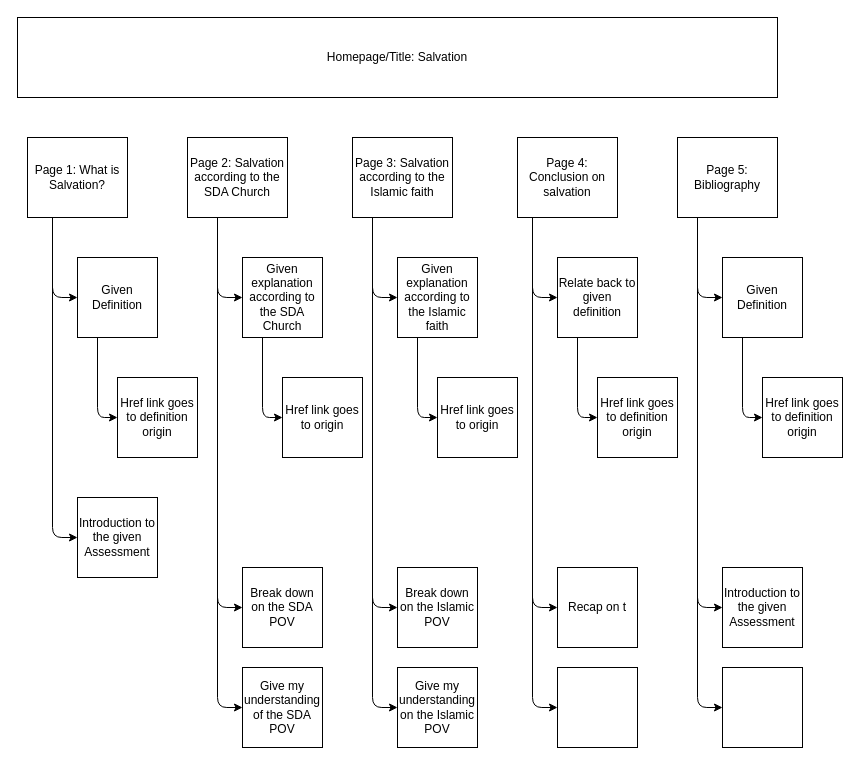
The draw.io diagram sitemap.drawio in Maori-boi/test-website, before the edit. Source tidied: cells renumbered, new cells numbered last; positions are measured from the earlier drawing's top-left corner, leaving out a move shared by most shapes. Both pictures are drawn from the tidied source at 100%, with x=0, y=0 at pixel (17, 17).
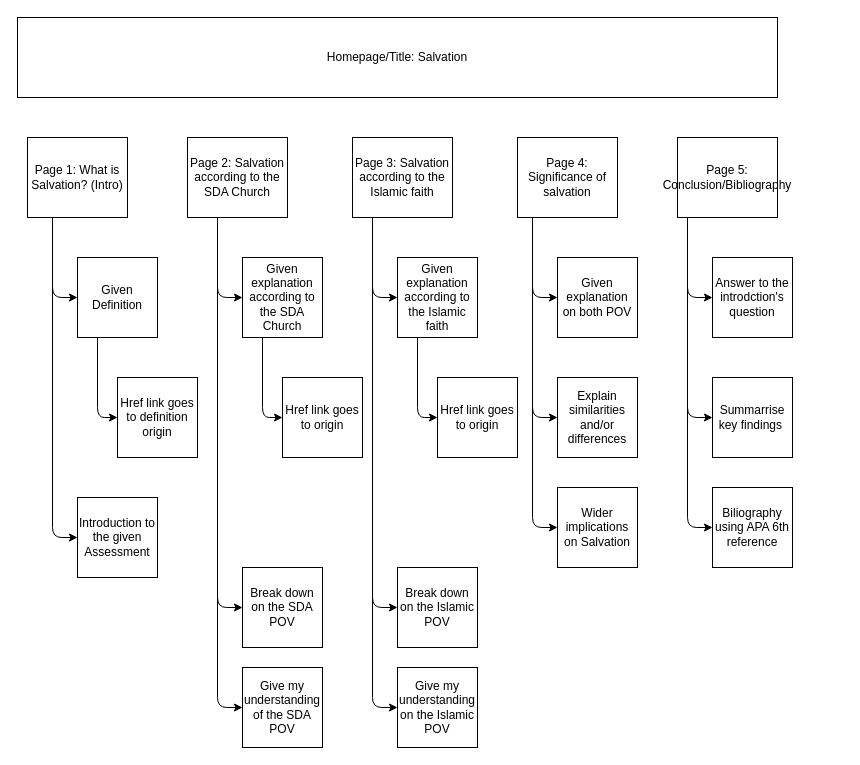
The same diagram, later.

Commit message:
Finished creating sitemap on the website

Change to the diagram source:
```diff
@@
-    <mxCell id="5" value="Page 1: What is Salvation?" style="whiteSpace=wrap;html=1;" parent="1" vertex="1">
+    <mxCell id="5" value="Page 1: What is Salvation? (Intro)" style="whiteSpace=wrap;html=1;" parent="1" vertex="1">
       <mxGeometry x="10" y="120" width="100" height="80" as="geometry" />
     </mxCell>
-    <mxCell id="6" value="Page 4: Conclusion on salvation" style="whiteSpace=wrap;html=1;" parent="1" vertex="1">
+    <mxCell id="6" value="Page 4: Significance of salvation" style="whiteSpace=wrap;html=1;" parent="1" vertex="1">
       <mxGeometry x="500" y="120" width="100" height="80" as="geometry" />
     </mxCell>
@@
-    <mxCell id="9" value="Page 5: Bibliography" style="whiteSpace=wrap;html=1;" parent="1" vertex="1">
+    <mxCell id="9" value="Page 5: Conclusion/Bibliography" style="whiteSpace=wrap;html=1;" parent="1" vertex="1">
       <mxGeometry x="660" y="120" width="100" height="80" as="geometry" />
     </mxCell>
@@
     <mxCell id="31" style="edgeStyle=none;html=1;exitX=0.25;exitY=1;exitDx=0;exitDy=0;entryX=0;entryY=0.5;entryDx=0;entryDy=0;" parent="1" edge="1" target="35">
       <mxGeometry relative="1" as="geometry">
         <mxPoint x="515" y="200" as="sourcePoint" />
         <Array as="points">
-          <mxPoint x="515" y="590" />
+          <mxPoint x="515" y="400" />
         </Array>
       </mxGeometry>
     </mxCell>
     <mxCell id="32" style="edgeStyle=none;html=1;exitX=0.25;exitY=1;exitDx=0;exitDy=0;entryX=0;entryY=0.5;entryDx=0;entryDy=0;" parent="1" edge="1" target="37">
       <mxGeometry relative="1" as="geometry">
         <mxPoint x="515" y="200" as="sourcePoint" />
         <Array as="points">
-          <mxPoint x="515" y="690" />
+          <mxPoint x="515" y="510" />
         </Array>
       </mxGeometry>
     </mxCell>
-    <mxCell id="33" style="edgeStyle=none;html=1;exitX=0.25;exitY=1;exitDx=0;exitDy=0;entryX=0;entryY=0.5;entryDx=0;entryDy=0;" parent="1" edge="1" source="34" target="36">
-      <mxGeometry relative="1" as="geometry">
-        <Array as="points">
-          <mxPoint x="560" y="400" />
-        </Array>
-      </mxGeometry>
-    </mxCell>
-    <mxCell id="34" value="Relate back to given definition" style="whiteSpace=wrap;html=1;" parent="1" vertex="1">
+    <mxCell id="34" value="Given explanation on both POV" style="whiteSpace=wrap;html=1;" parent="1" vertex="1">
       <mxGeometry x="540" y="240" width="80" height="80" as="geometry" />
     </mxCell>
-    <mxCell id="35" value="Recap on t" style="whiteSpace=wrap;html=1;" parent="1" vertex="1">
-      <mxGeometry x="540" y="550" width="80" height="80" as="geometry" />
+    <mxCell id="35" value="Explain similarities and/or differences" style="whiteSpace=wrap;html=1;" parent="1" vertex="1">
+      <mxGeometry x="540" y="360" width="80" height="80" as="geometry" />
     </mxCell>
-    <mxCell id="36" value="Href link goes to definition origin" style="whiteSpace=wrap;html=1;" parent="1" vertex="1">
-      <mxGeometry x="580" y="360" width="80" height="80" as="geometry" />
-    </mxCell>
-    <mxCell id="37" style="whiteSpace=wrap;html=1;" parent="1" vertex="1">
-      <mxGeometry x="540" y="650" width="80" height="80" as="geometry" />
+    <mxCell id="37" value="Wider implications on Salvation" style="whiteSpace=wrap;html=1;" parent="1" vertex="1">
+      <mxGeometry x="540" y="470" width="80" height="80" as="geometry" />
     </mxCell>
-    <mxCell id="38" style="edgeStyle=none;html=1;exitX=0.25;exitY=1;exitDx=0;exitDy=0;entryX=0;entryY=0.5;entryDx=0;entryDy=0;" parent="1" edge="1" target="42">
-      <mxGeometry relative="1" as="geometry">
-        <mxPoint x="680" y="200" as="sourcePoint" />
-        <Array as="points">
-          <mxPoint x="680" y="280" />
-        </Array>
-      </mxGeometry>
-    </mxCell>
-    <mxCell id="39" style="edgeStyle=none;html=1;exitX=0.25;exitY=1;exitDx=0;exitDy=0;entryX=0;entryY=0.5;entryDx=0;entryDy=0;" parent="1" edge="1" target="43">
-      <mxGeometry relative="1" as="geometry">
-        <mxPoint x="680" y="200" as="sourcePoint" />
-        <Array as="points">
-          <mxPoint x="680" y="590" />
-        </Array>
-      </mxGeometry>
-    </mxCell>
-    <mxCell id="40" style="edgeStyle=none;html=1;exitX=0.25;exitY=1;exitDx=0;exitDy=0;entryX=0;entryY=0.5;entryDx=0;entryDy=0;" parent="1" edge="1" target="45">
-      <mxGeometry relative="1" as="geometry">
-        <mxPoint x="680" y="200" as="sourcePoint" />
-        <Array as="points">
-          <mxPoint x="680" y="690" />
-        </Array>
-      </mxGeometry>
-    </mxCell>
-    <mxCell id="41" style="edgeStyle=none;html=1;exitX=0.25;exitY=1;exitDx=0;exitDy=0;entryX=0;entryY=0.5;entryDx=0;entryDy=0;" parent="1" edge="1" source="42" target="44">
-      <mxGeometry relative="1" as="geometry">
-        <Array as="points">
-          <mxPoint x="725" y="400" />
-        </Array>
-      </mxGeometry>
-    </mxCell>
-    <mxCell id="42" value="Given Definition" style="whiteSpace=wrap;html=1;" parent="1" vertex="1">
-      <mxGeometry x="705" y="240" width="80" height="80" as="geometry" />
-    </mxCell>
-    <mxCell id="43" value="Introduction to the given Assessment" style="whiteSpace=wrap;html=1;" parent="1" vertex="1">
-      <mxGeometry x="705" y="550" width="80" height="80" as="geometry" />
-    </mxCell>
-    <mxCell id="44" value="Href link goes to definition origin" style="whiteSpace=wrap;html=1;" parent="1" vertex="1">
-      <mxGeometry x="745" y="360" width="80" height="80" as="geometry" />
-    </mxCell>
-    <mxCell id="45" style="whiteSpace=wrap;html=1;" parent="1" vertex="1">
-      <mxGeometry x="705" y="650" width="80" height="80" as="geometry" />
+    <mxCell id="45" style="edgeStyle=none;html=1;exitX=0.25;exitY=1;exitDx=0;exitDy=0;entryX=0;entryY=0.5;entryDx=0;entryDy=0;" parent="1" edge="1" target="48">
+      <mxGeometry relative="1" as="geometry">
+        <mxPoint x="670" y="200" as="sourcePoint" />
+        <Array as="points">
+          <mxPoint x="670" y="280" />
+        </Array>
+      </mxGeometry>
     </mxCell>
+    <mxCell id="46" style="edgeStyle=none;html=1;exitX=0.25;exitY=1;exitDx=0;exitDy=0;entryX=0;entryY=0.5;entryDx=0;entryDy=0;" parent="1" edge="1" target="49">
+      <mxGeometry relative="1" as="geometry">
+        <mxPoint x="670" y="200" as="sourcePoint" />
+        <Array as="points">
+          <mxPoint x="670" y="400" />
+        </Array>
+      </mxGeometry>
+    </mxCell>
+    <mxCell id="47" style="edgeStyle=none;html=1;exitX=0.25;exitY=1;exitDx=0;exitDy=0;entryX=0;entryY=0.5;entryDx=0;entryDy=0;" parent="1" edge="1" target="50">
+      <mxGeometry relative="1" as="geometry">
+        <mxPoint x="670" y="200" as="sourcePoint" />
+        <Array as="points">
+          <mxPoint x="670" y="510" />
+        </Array>
+      </mxGeometry>
+    </mxCell>
+    <mxCell id="48" value="Answer to the introdction's question" style="whiteSpace=wrap;html=1;" parent="1" vertex="1">
+      <mxGeometry x="695" y="240" width="80" height="80" as="geometry" />
+    </mxCell>
+    <mxCell id="49" value="Summarrise key findings&amp;nbsp;" style="whiteSpace=wrap;html=1;" parent="1" vertex="1">
+      <mxGeometry x="695" y="360" width="80" height="80" as="geometry" />
+    </mxCell>
+    <mxCell id="50" value="Biliography using APA 6th reference" style="whiteSpace=wrap;html=1;" parent="1" vertex="1">
+      <mxGeometry x="695" y="470" width="80" height="80" as="geometry" />
+    </mxCell>
```
